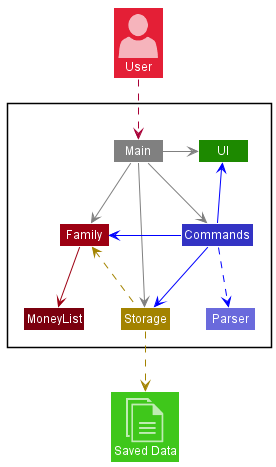
This is docs/images/ArchitectureDiagram.png from nus-cs2113-AY2122S2/tp, a PlantUML export, as it was before one commit.
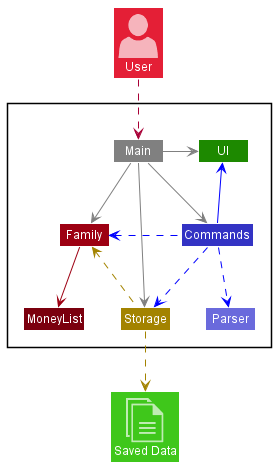
Above is the later version.

Commit message:
Update Architecture Diagram to fit current view

Diff of the diagram source:
```diff
@@ -23,8 +23,8 @@
 Main -down[#grey]->Storage
 
 Commands -up[#blue]->UI
-Commands -left[#blue]->Family
-Commands -down[#blue]->Storage
+Commands -left[#blue].->Family
+Commands -down[#blue].>Storage
 Commands -down[#blue].>Parser
 
 Family -down[MODEL_COLOR]->MoneyList
```
